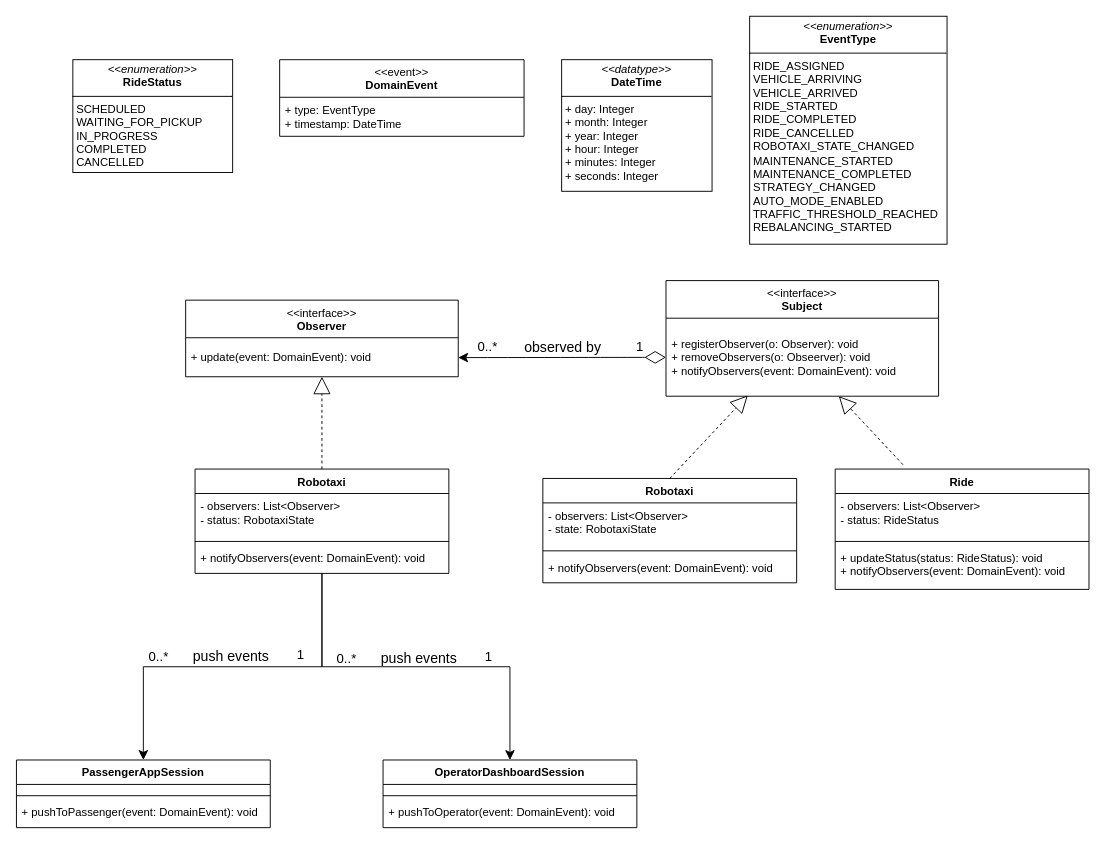
Earlier version of the draw.io diagram DD/diagrams/class_diagrams/class_notification.drawio (meggie-0/SE4A_ROAd_MargheritaBertipaglia_DavidCazzaniga_PasqualeIgnarra_Project). Source tidied: cells renumbered, new cells numbered last; positions are measured from the earlier drawing's top-left corner, leaving out a move shared by most shapes. Both pictures are drawn from the tidied source at 94%, with x=0, y=0 at pixel (16, 16).
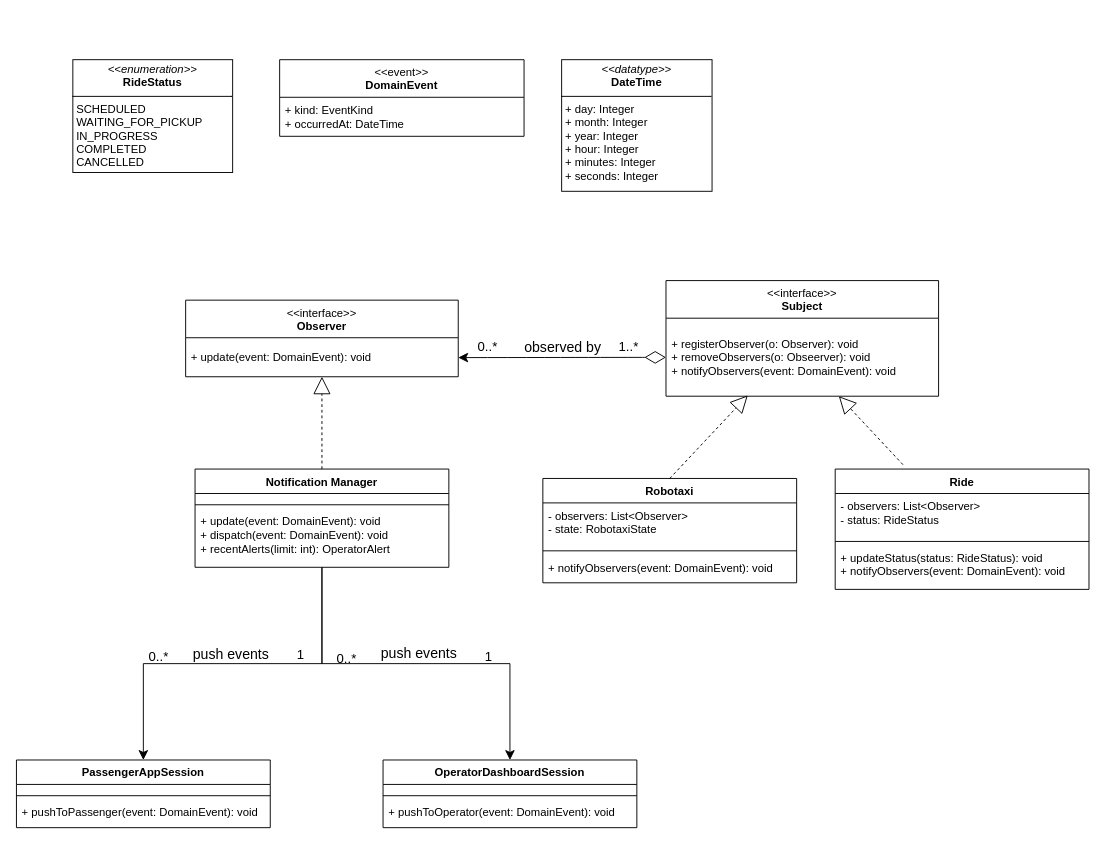
Above is the later version.

The change refers to these unchanged cells:
```xml
<mxCell id="16" style="edgeStyle=none;curved=1;rounded=0;jettySize=auto;html=1;entryX=1;entryY=0.75;entryDx=0;entryDy=0;fontSize=12;startSize=20;endSize=8;startArrow=diamondThin;startFill=0;" parent="1" edge="1" source="4" target="14">
  <mxGeometry relative="1" as="geometry" />
</mxCell>
<mxCell id="42" value="&lt;div&gt;&amp;lt;&amp;lt;event&amp;gt;&amp;gt;&lt;/div&gt;&lt;div&gt;&lt;b&gt;DomainEvent&lt;/b&gt;&lt;/div&gt;" style="swimlane;fontStyle=0;align=center;verticalAlign=top;horizontal=1;startSize=40;html=1;whiteSpace=wrap;" parent="1" vertex="1">
  <mxGeometry x="280" y="46" width="260" height="81.5" as="geometry" />
</mxCell>
```

Diff of the diagram source:
```diff
@@
-    <mxCell id="19" value="&lt;font style=&quot;font-size: 14px;&quot;&gt;1&lt;/font&gt;" style="edgeLabel;html=1;align=center;verticalAlign=middle;fontSize=12;" parent="16" vertex="1">
+    <mxCell id="19" value="&lt;font style=&quot;font-size: 14px;&quot;&gt;1..*&lt;/font&gt;" style="edgeLabel;html=1;align=center;verticalAlign=middle;fontSize=12;" parent="16" vertex="1">
       <mxGeometry y="5" relative="1" as="geometry">
-        <mxPoint x="82" y="-17" as="offset" />
+        <mxPoint x="70" y="-17" as="offset" />
       </mxGeometry>
     </mxCell>
@@
     <mxCell id="21" value="&lt;font style=&quot;font-size: 15px;&quot;&gt;push events&lt;/font&gt;" style="edgeLabel;html=1;align=center;verticalAlign=middle;fontSize=12;" parent="16" vertex="1">
       <mxGeometry y="5" relative="1" as="geometry">
-        <mxPoint x="-353" y="312" as="offset" />
+        <mxPoint x="-353" y="310" as="offset" />
       </mxGeometry>
     </mxCell>
@@
     <mxCell id="24" value="&lt;font style=&quot;font-size: 15px;&quot;&gt;push events&lt;/font&gt;" style="edgeLabel;html=1;align=center;verticalAlign=middle;fontSize=12;" parent="16" vertex="1">
       <mxGeometry y="5" relative="1" as="geometry">
-        <mxPoint x="-153" y="314" as="offset" />
+        <mxPoint x="-153" y="309" as="offset" />
       </mxGeometry>
     </mxCell>
@@
-    <mxCell id="27" value="Robotaxi" style="swimlane;fontStyle=1;align=center;verticalAlign=top;horizontal=1;startSize=26;whiteSpace=wrap;html=1;" parent="1" vertex="1">
-      <mxGeometry x="190" y="481.5" width="270" height="111" as="geometry" />
+    <mxCell id="27" value="Notification Manager" style="swimlane;fontStyle=1;align=center;verticalAlign=top;horizontal=1;startSize=26;whiteSpace=wrap;html=1;" parent="1" vertex="1">
+      <mxGeometry x="190" y="481.5" width="270" height="104.5" as="geometry" />
     </mxCell>
-    <mxCell id="28" value="- observers: List&amp;lt;Observer&amp;gt;&amp;nbsp;&lt;div&gt;- status: RobotaxiState&lt;/div&gt;&lt;div&gt;&lt;br&gt;&lt;/div&gt;" style="text;strokeColor=none;fillColor=none;align=left;verticalAlign=top;spacingLeft=4;spacingRight=4;overflow=hidden;whiteSpace=wrap;html=1;" parent="27" vertex="1">
-      <mxGeometry y="26" width="270" height="47" as="geometry" />
+    <mxCell id="28" value="&lt;div&gt;&lt;br&gt;&lt;/div&gt;" style="text;strokeColor=none;fillColor=none;align=left;verticalAlign=top;spacingLeft=4;spacingRight=4;overflow=hidden;whiteSpace=wrap;html=1;" parent="27" vertex="1">
+      <mxGeometry y="26" width="270" height="8" as="geometry" />
     </mxCell>
     <mxCell id="29" style="line;strokeWidth=1;fillColor=none;align=left;verticalAlign=middle;spacingTop=-1;spacingLeft=3;spacingRight=3;labelPosition=right;strokeColor=inherit;" parent="27" vertex="1">
-      <mxGeometry y="73" width="270" height="8" as="geometry" />
+      <mxGeometry y="34" width="270" height="8" as="geometry" />
     </mxCell>
-    <mxCell id="30" value="&lt;div&gt;+ notifyObservers(event: DomainEvent): void&amp;nbsp;&lt;/div&gt;" style="text;strokeColor=none;fillColor=none;align=left;verticalAlign=top;spacingLeft=4;spacingRight=4;overflow=hidden;whiteSpace=wrap;html=1;" parent="27" vertex="1">
-      <mxGeometry y="81" width="270" height="30" as="geometry" />
+    <mxCell id="30" value="&lt;div&gt;+ update(event: DomainEvent): void&lt;/div&gt;&lt;div&gt;+ dispatch(event: DomainEvent): void&lt;/div&gt;&lt;div&gt;+ recentAlerts(limit: int): OperatorAlert&amp;nbsp;&amp;nbsp;&lt;/div&gt;" style="text;strokeColor=none;fillColor=none;align=left;verticalAlign=top;spacingLeft=4;spacingRight=4;overflow=hidden;whiteSpace=wrap;html=1;" parent="27" vertex="1">
+      <mxGeometry y="42" width="270" height="62.5" as="geometry" />
     </mxCell>
@@
-    <mxCell id="43" value="&lt;div&gt;&lt;div&gt;+ type: EventType&lt;/div&gt;&lt;/div&gt;&lt;div&gt;+ timestamp: DateTime&lt;/div&gt;" style="text;html=1;strokeColor=none;fillColor=none;align=left;verticalAlign=middle;spacingLeft=4;spacingRight=4;overflow=hidden;whiteSpace=wrap;" parent="42" vertex="1">
+    <mxCell id="43" value="&lt;div&gt;&lt;div&gt;+ kind: EventKind&lt;/div&gt;&lt;/div&gt;&lt;div&gt;+ occurredAt: DateTime&lt;/div&gt;" style="text;html=1;strokeColor=none;fillColor=none;align=left;verticalAlign=middle;spacingLeft=4;spacingRight=4;overflow=hidden;whiteSpace=wrap;" parent="42" vertex="1">
       <mxGeometry y="40" width="260" height="41.5" as="geometry" />
     </mxCell>
@@
-    <mxCell id="45" value="&lt;p style=&quot;margin:0px;margin-top:4px;text-align:center;&quot;&gt;&lt;i&gt;&amp;lt;&amp;lt;enumeration&amp;gt;&amp;gt;&lt;/i&gt;&lt;br&gt;&lt;b&gt;EventType&lt;/b&gt;&lt;/p&gt;&lt;hr size=&quot;1&quot; style=&quot;border-style:solid;&quot;&gt;&lt;p style=&quot;margin: 0px 0px 0px 4px;&quot;&gt;RIDE_ASSIGNED&lt;br&gt;    VEHICLE_ARRIVING&lt;br&gt;    VEHICLE_ARRIVED&lt;br&gt;    RIDE_STARTED&lt;br&gt;    RIDE_COMPLETED&lt;br&gt;    RIDE_CANCELLED&lt;br&gt;    ROBOTAXI_STATE_CHANGED&lt;br&gt;    MAINTENANCE_STARTED&lt;br&gt;    MAINTENANCE_COMPLETED&lt;br&gt;    STRATEGY_CHANGED&lt;br&gt;    AUTO_MODE_ENABLED&lt;br&gt;    TRAFFIC_THRESHOLD_REACHED&lt;br&gt;    REBALANCING_STARTED&lt;/p&gt;&lt;p style=&quot;margin: 0px 0px 0px 4px;&quot;&gt;&lt;br&gt;&lt;/p&gt;" style="verticalAlign=top;align=left;overflow=fill;html=1;whiteSpace=wrap;" parent="1" vertex="1">
-      <mxGeometry x="780" y="-0.2" width="210" height="242.5" as="geometry" />
-    </mxCell>
```
